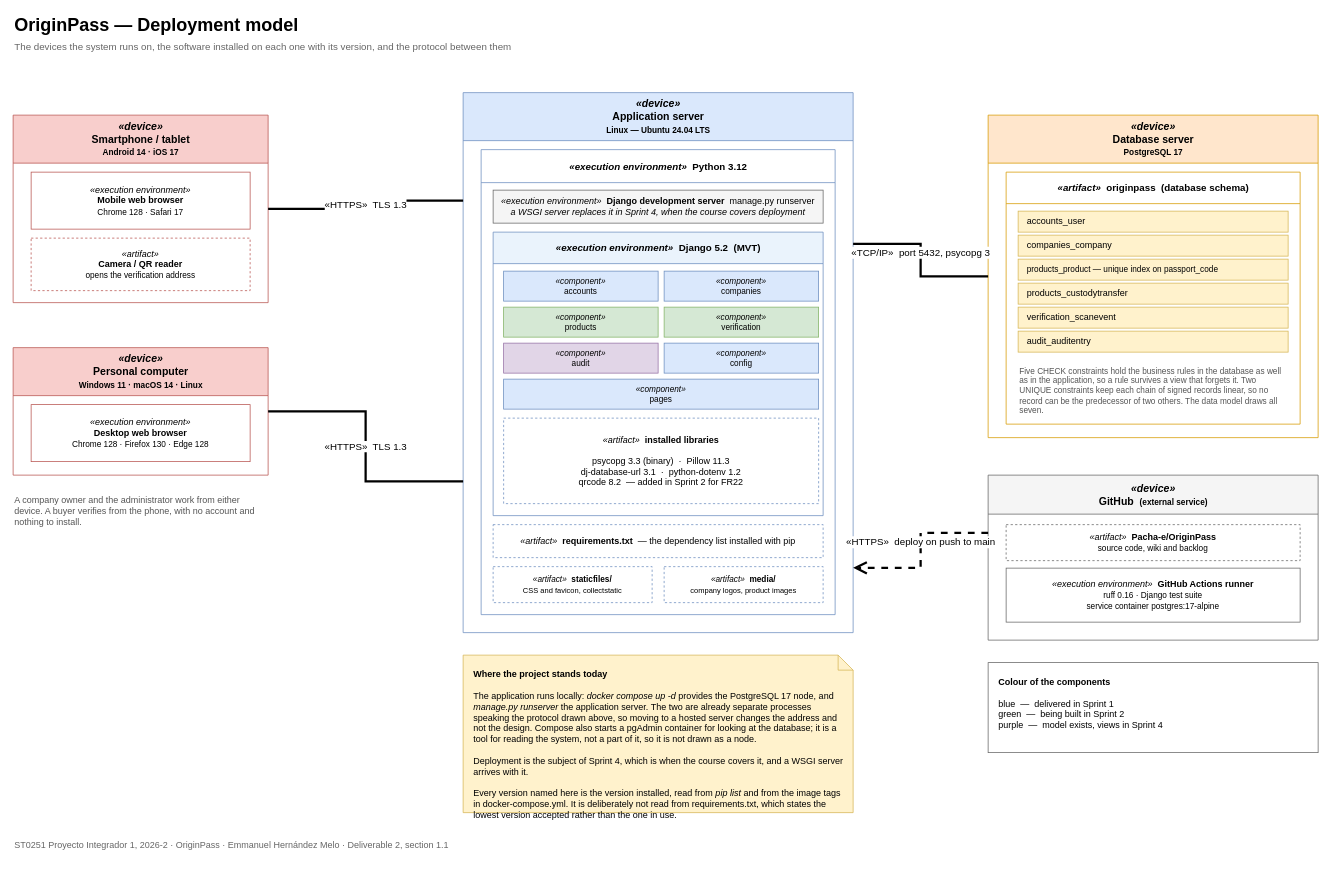
Above: docs/diagrams/deployment-model.drawio in Pacha-e/OriginPass (draw.io), before the change. Source tidied: cells renumbered, new cells numbered last; positions are measured from the earlier drawing's top-left corner, leaving out a move shared by most shapes. Both pictures are drawn from the tidied source at 75%, with x=0, y=0 at pixel (13, 13).
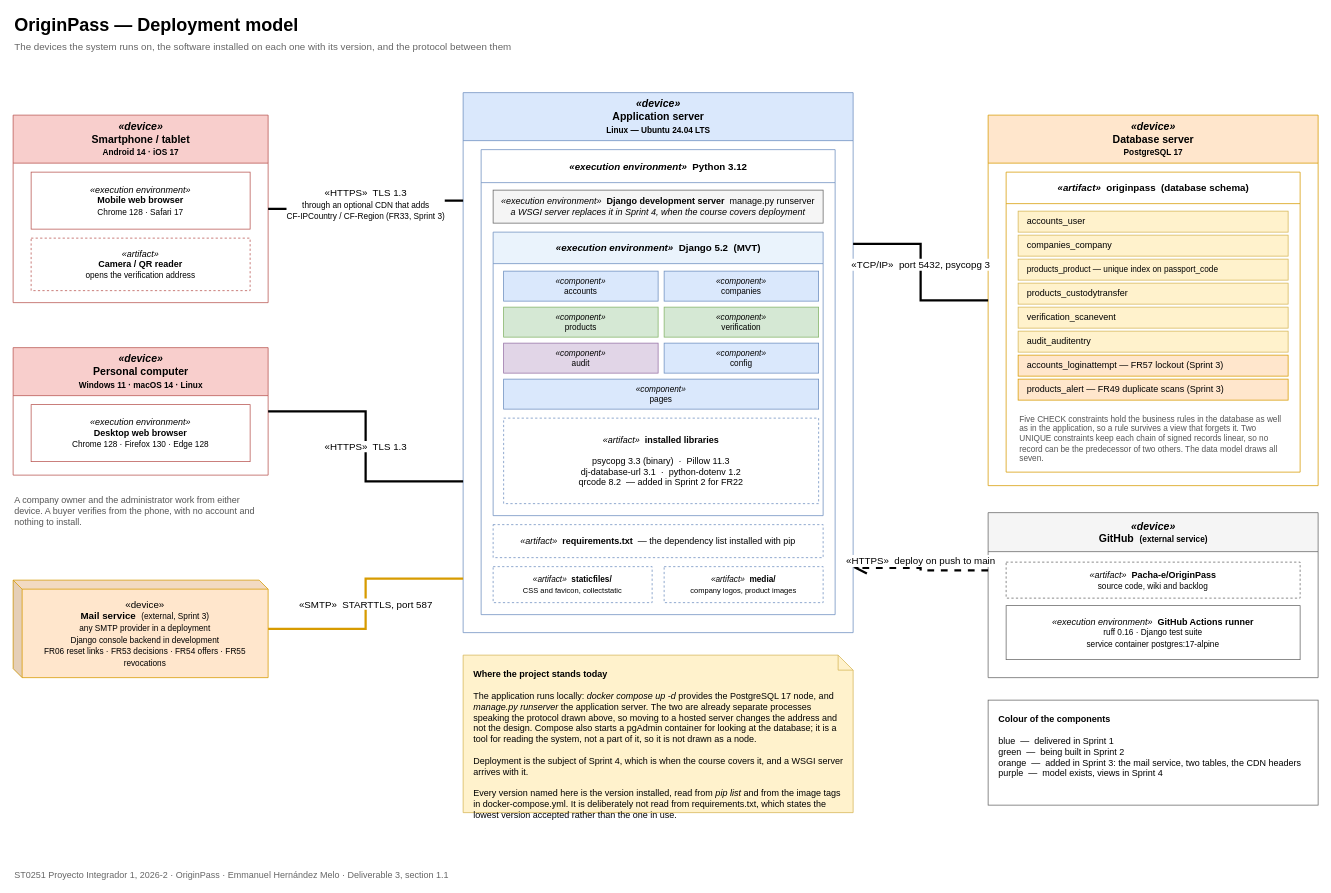
The same diagram, later.

The change refers to these unchanged cells:
```xml
<mxCell id="4" value="&lt;i&gt;&amp;laquo;device&amp;raquo;&lt;/i&gt;&lt;br&gt;&lt;b&gt;Smartphone / tablet&lt;/b&gt;&lt;br&gt;&lt;font style=&quot;font-size: 11px;&quot;&gt;Android 14 · iOS 17&lt;/font&gt;" style="swimlane;html=1;startSize=64;align=center;verticalAlign=middle;fillColor=#f8cecc;strokeColor=#b85450;fontSize=14;" parent="1" vertex="1">
  <mxGeometry y="136" width="340" height="250" as="geometry" />
</mxCell>
<mxCell id="10" value="&lt;i&gt;&amp;laquo;device&amp;raquo;&lt;/i&gt;&lt;br&gt;&lt;b&gt;Application server&lt;/b&gt;&lt;br&gt;&lt;font style=&quot;font-size: 11px;&quot;&gt;Linux — Ubuntu 24.04 LTS&lt;/font&gt;" style="swimlane;html=1;startSize=64;align=center;verticalAlign=middle;fillColor=#dae8fc;strokeColor=#6c8ebf;fontSize=14;" parent="1" vertex="1">
  <mxGeometry x="600" y="106" width="520" height="720" as="geometry" />
</mxCell>
```

Diff of the diagram source:
```diff
@@
     <mxCell id="25" value="&lt;i&gt;&amp;laquo;device&amp;raquo;&lt;/i&gt;&lt;br&gt;&lt;b&gt;Database server&lt;/b&gt;&lt;br&gt;&lt;font style=&quot;font-size: 11px;&quot;&gt;PostgreSQL 17&lt;/font&gt;" style="swimlane;html=1;startSize=64;align=center;verticalAlign=middle;fillColor=#ffe6cc;strokeColor=#d79b00;fontSize=14;" parent="1" vertex="1">
-      <mxGeometry x="1300" y="136" width="440" height="430" as="geometry" />
+      <mxGeometry x="1300" y="136" width="440" height="494" as="geometry" />
     </mxCell>
     <mxCell id="26" value="&lt;i&gt;&amp;laquo;artifact&amp;raquo;&lt;/i&gt;&amp;nbsp; &lt;b&gt;originpass&lt;/b&gt;&amp;nbsp; (database schema)" style="swimlane;html=1;startSize=42;align=center;verticalAlign=middle;fillColor=#ffffff;strokeColor=#d79b00;fontSize=13;" parent="25" vertex="1">
-      <mxGeometry x="24" y="76" width="392" height="336" as="geometry" />
+      <mxGeometry x="24" y="76" width="392" height="400" as="geometry" />
     </mxCell>
@@
+    <mxCell id="44" value="accounts_loginattempt  —  FR57 lockout (Sprint 3)" style="rounded=0;whiteSpace=wrap;html=1;fontSize=12;align=left;spacingLeft=10;fillColor=#ffe6cc;strokeColor=#d79b00;" parent="26" vertex="1">
+      <mxGeometry x="16" y="244" width="360" height="28" as="geometry" />
+    </mxCell>
+    <mxCell id="45" value="products_alert  —  FR49 duplicate scans (Sprint 3)" style="rounded=0;whiteSpace=wrap;html=1;fontSize=12;align=left;spacingLeft=10;fillColor=#ffe6cc;strokeColor=#d79b00;" parent="26" vertex="1">
+      <mxGeometry x="16" y="276" width="360" height="28" as="geometry" />
+    </mxCell>
     <mxCell id="33" value="Five CHECK constraints hold the business rules in the database as well as in the application, so a rule survives a view that forgets it. Two UNIQUE constraints keep each chain of signed records linear, so no record can be the predecessor of two others. The data model draws all seven." style="text;html=1;align=left;verticalAlign=top;whiteSpace=wrap;fontSize=11;fontColor=#555555;" parent="26" vertex="1">
-      <mxGeometry x="16" y="252" width="360" height="70" as="geometry" />
+      <mxGeometry x="16" y="316" width="360" height="70" as="geometry" />
     </mxCell>
     <mxCell id="34" value="&lt;i&gt;&amp;laquo;device&amp;raquo;&lt;/i&gt;&lt;br&gt;&lt;b&gt;GitHub&lt;/b&gt;&amp;nbsp; &lt;font style=&quot;font-size: 11px;&quot;&gt;(external service)&lt;/font&gt;" style="swimlane;html=1;startSize=52;align=center;verticalAlign=middle;fillColor=#f5f5f5;strokeColor=#666666;fontSize=14;" parent="1" vertex="1">
-      <mxGeometry x="1300" y="616" width="440" height="220" as="geometry" />
+      <mxGeometry x="1300" y="666" width="440" height="220" as="geometry" />
     </mxCell>
@@
+    <mxCell id="46" value="&amp;laquo;device&amp;raquo;&lt;br&gt;&lt;b&gt;Mail service&lt;/b&gt;&amp;nbsp; &lt;font style=&quot;font-size: 11px;&quot;&gt;(external, Sprint 3)&lt;/font&gt;&lt;br&gt;&lt;font style=&quot;font-size: 11px;&quot;&gt;any SMTP provider in a deployment&lt;br&gt;Django console backend in development&lt;br&gt;FR06 reset links · FR53 decisions · FR54 offers · FR55 revocations&lt;/font&gt;" style="shape=cube;whiteSpace=wrap;html=1;boundedLbl=1;backgroundOutline=1;darkOpacity=0.05;darkOpacity2=0.1;size=12;align=center;verticalAlign=middle;fontSize=13;fillColor=#ffe6cc;strokeColor=#d79b00;" parent="1" vertex="1">
+      <mxGeometry y="756" width="340" height="130" as="geometry" />
+    </mxCell>
+    <mxCell id="47" value="&amp;laquo;SMTP&amp;raquo;&amp;nbsp; STARTTLS, port 587" style="edgeStyle=orthogonalEdgeStyle;rounded=0;endArrow=none;html=1;strokeWidth=3;fontSize=13;labelBackgroundColor=#ffffff;strokeColor=#d79b00;exitX=0;exitY=0.9;exitDx=0;exitDy=0;entryX=1;entryY=0.5;entryDx=0;entryDy=0;" parent="1" edge="1" source="10" target="46">
+      <mxGeometry relative="1" as="geometry" />
+    </mxCell>
-    <mxCell id="37" value="&amp;laquo;HTTPS&amp;raquo;&amp;nbsp; TLS 1.3" style="edgeStyle=orthogonalEdgeStyle;rounded=0;endArrow=none;html=1;strokeWidth=3;fontSize=13;labelBackgroundColor=#ffffff;exitX=1;exitY=0.5;exitDx=0;exitDy=0;entryX=0;entryY=0.2;entryDx=0;entryDy=0;" parent="1" edge="1" source="4" target="10">
+    <mxCell id="37" value="&amp;laquo;HTTPS&amp;raquo;&amp;nbsp; TLS 1.3&lt;br&gt;&lt;font style=&quot;font-size: 11px;&quot;&gt;through an optional CDN that adds&lt;br&gt;CF-IPCountry / CF-Region (FR33, Sprint 3)&lt;/font&gt;" style="edgeStyle=orthogonalEdgeStyle;rounded=0;endArrow=none;html=1;strokeWidth=3;fontSize=13;labelBackgroundColor=#ffffff;exitX=1;exitY=0.5;exitDx=0;exitDy=0;entryX=0;entryY=0.2;entryDx=0;entryDy=0;" parent="1" edge="1" source="4" target="10">
       <mxGeometry relative="1" as="geometry" />
     </mxCell>
@@
-    <mxCell id="42" value="&lt;b&gt;Colour of the components&lt;/b&gt;&lt;br&gt;&lt;br&gt;blue&amp;nbsp; —&amp;nbsp; delivered in Sprint 1&lt;br&gt;green&amp;nbsp; —&amp;nbsp; being built in Sprint 2&lt;br&gt;purple&amp;nbsp; —&amp;nbsp; model exists, views in Sprint 4" style="rounded=0;whiteSpace=wrap;html=1;align=left;verticalAlign=top;spacing=14;fillColor=none;strokeColor=#666666;fontSize=12;" parent="1" vertex="1">
-      <mxGeometry x="1300" y="866" width="440" height="120" as="geometry" />
+    <mxCell id="42" value="&lt;b&gt;Colour of the components&lt;/b&gt;&lt;br&gt;&lt;br&gt;blue&amp;nbsp; —&amp;nbsp; delivered in Sprint 1&lt;br&gt;green&amp;nbsp; —&amp;nbsp; being built in Sprint 2&lt;br&gt;orange&amp;nbsp; —&amp;nbsp; added in Sprint 3: the mail service, two tables, the CDN headers&lt;br&gt;purple&amp;nbsp; —&amp;nbsp; model exists, views in Sprint 4" style="rounded=0;whiteSpace=wrap;html=1;align=left;verticalAlign=top;spacing=14;fillColor=none;strokeColor=#666666;fontSize=12;" parent="1" vertex="1">
+      <mxGeometry x="1300" y="916" width="440" height="140" as="geometry" />
     </mxCell>
-    <mxCell id="43" value="ST0251 Proyecto Integrador 1, 2026-2 · OriginPass · Emmanuel Hernández Melo · Deliverable 2, section 1.1" style="text;html=1;fontSize=12;fontColor=#666666;align=left;" parent="1" vertex="1">
-      <mxGeometry y="1096" width="800" height="20" as="geometry" />
+    <mxCell id="43" value="ST0251 Proyecto Integrador 1, 2026-2 · OriginPass · Emmanuel Hernández Melo · Deliverable 3, section 1.1" style="text;html=1;fontSize=12;fontColor=#666666;align=left;" parent="1" vertex="1">
+      <mxGeometry y="1136" width="800" height="20" as="geometry" />
     </mxCell>
```
